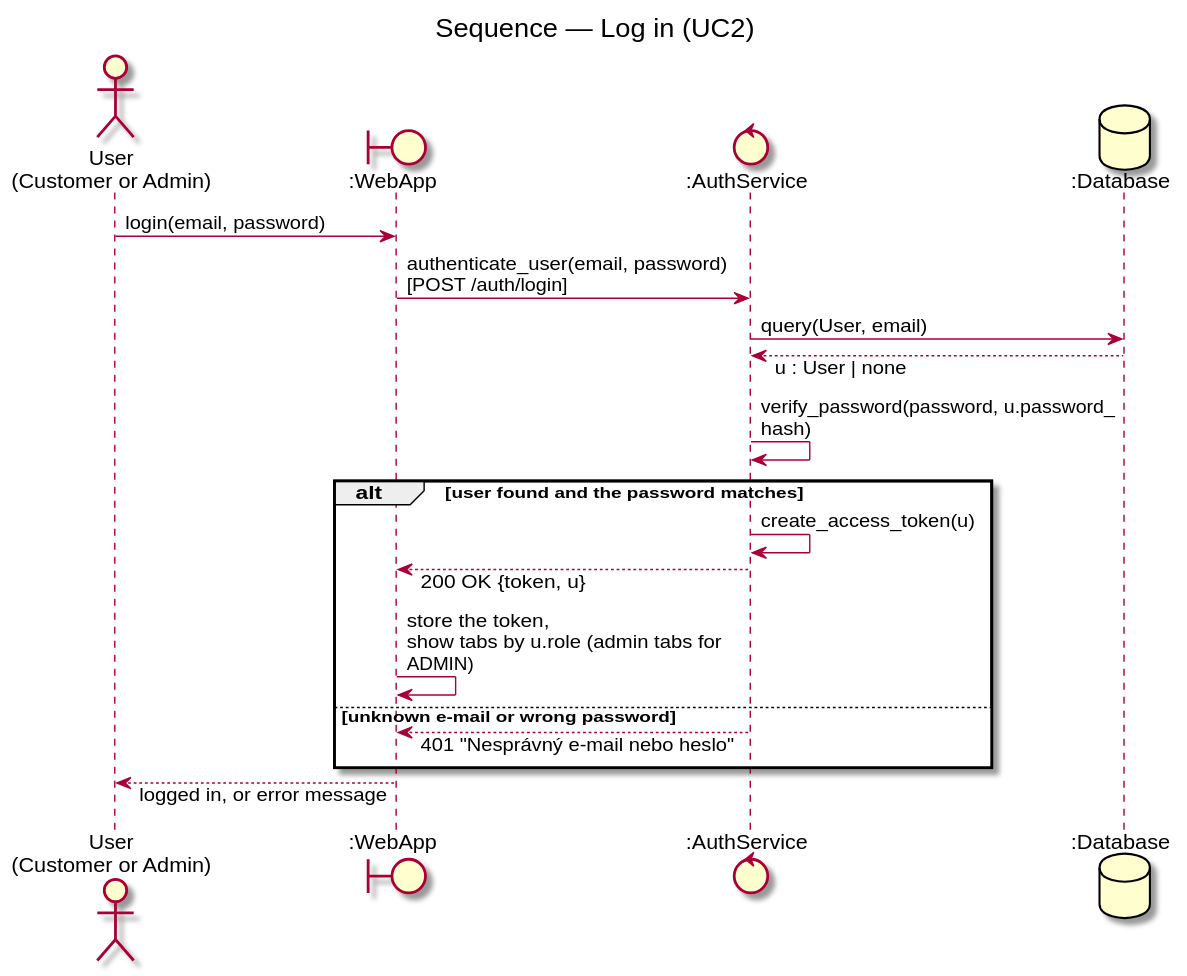
Before: docs/diagrams/sequence-login.svg, a diagram exported from PlantUML (DavidMagyarics/CarRentalVSB).
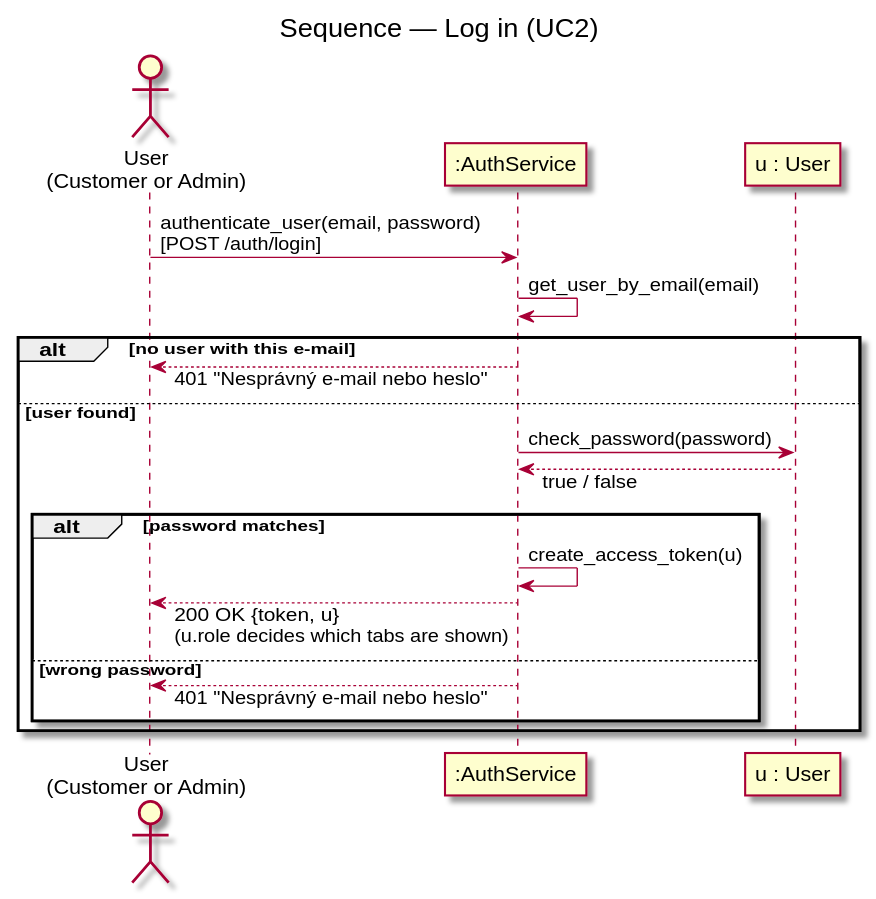
The same file after the commit.

The edit, as a diff of the source:
```diff
@@ -4,23 +4,22 @@
 skinparam maxMessageSize 260
 title Sequence — Log in (UC2)
 actor "User\n(Customer or Admin)" as User
-boundary ":WebApp" as Web
-control ":AuthService" as Auth
-database ":Database" as DB
+participant ":AuthService" as Auth
+participant "u : User" as U
 
-User -> Web : login(email, password)
-Web -> Auth : authenticate_user(email, password)\n[POST /auth/login]
-Auth -> DB : query(User, email)
-DB --> Auth : u : User | none
-Auth -> Auth : verify_password(password, u.password_hash)
+User -> Auth : authenticate_user(email, password)\n[POST /auth/login]
+Auth -> Auth : get_user_by_email(email)
 
-alt user found and the password matches
-  Auth -> Auth : create_access_token(u)
-  Auth --> Web : 200 OK {token, u}
-  Web -> Web : store the token,\nshow tabs by u.role (admin tabs for ADMIN)
-else unknown e-mail or wrong password
-  Auth --> Web : 401 "Nesprávný e-mail nebo heslo"
+alt no user with this e-mail
+  Auth --> User : 401 "Nesprávný e-mail nebo heslo"
+else user found
+  Auth -> U : check_password(password)
+  U --> Auth : true / false
+  alt password matches
+    Auth -> Auth : create_access_token(u)
+    Auth --> User : 200 OK {token, u}\n(u.role decides which tabs are shown)
+  else wrong password
+    Auth --> User : 401 "Nesprávný e-mail nebo heslo"
+  end
 end
-
-Web --> User : logged in, or error message
 @enduml
```
